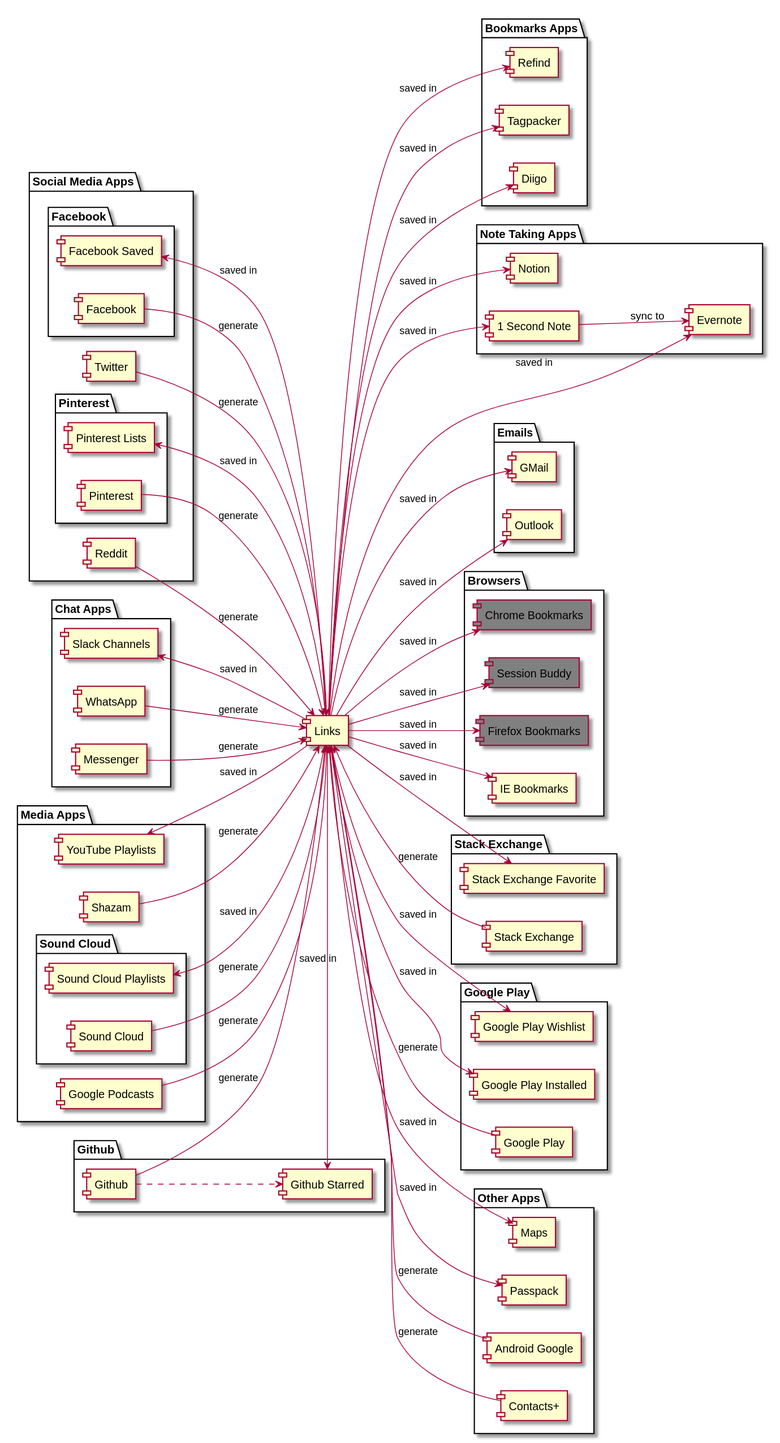
Above: flow.svg in ramisedhom/LinksFlow (PlantUML), before the change.
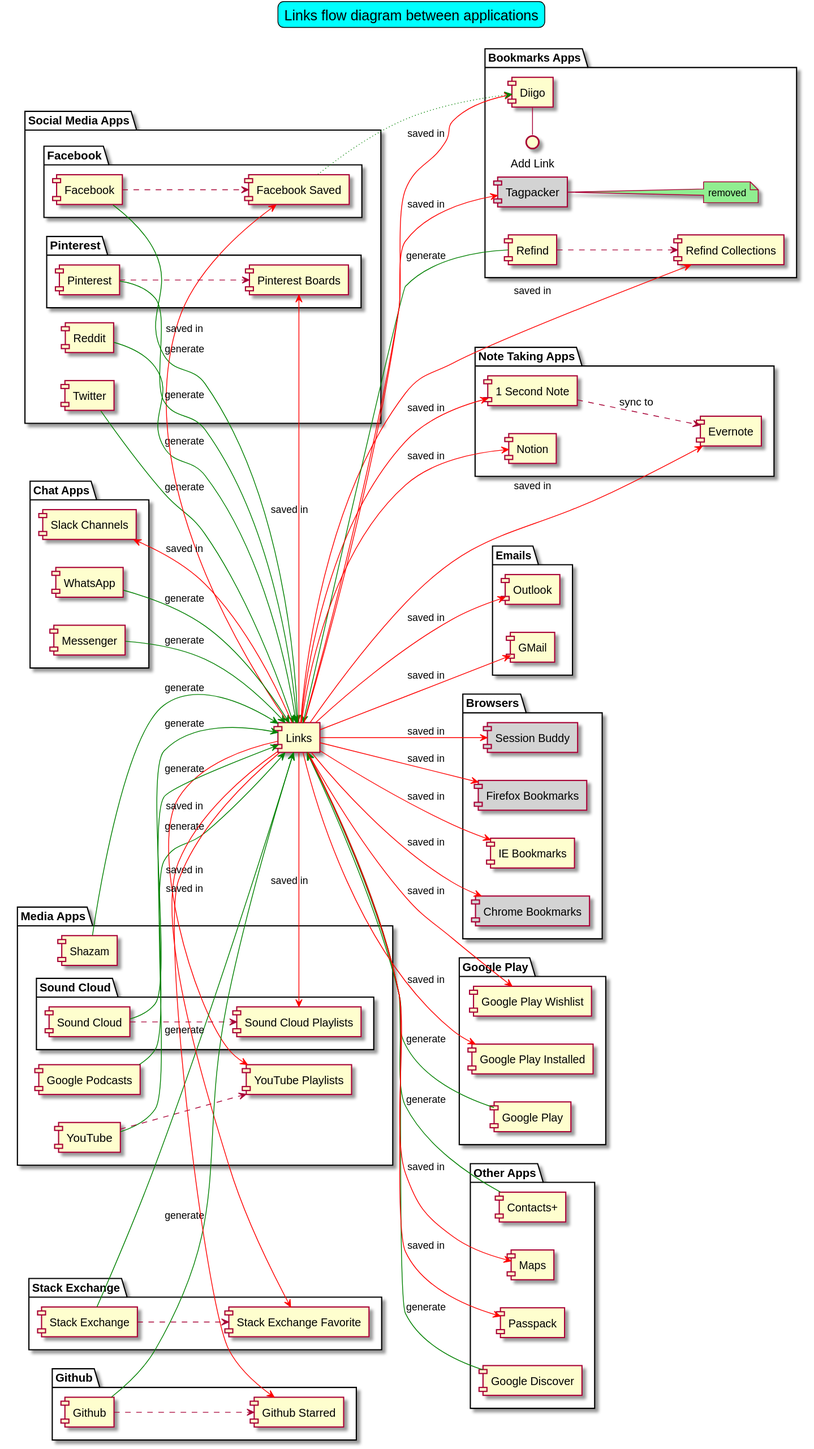
The same diagram one commit later.

Commit message:
Add diagram title

Diff of the diagram source:
```diff
@@ -1,76 +1,95 @@
 @startuml
 left to right direction
+skinparam titleBorderRoundCorner 15
+skinparam titleBorderThickness 1
+skinparam titleBorderColor black
+skinparam titleBackgroundColor Aqua
+title Links flow diagram between applications
 
 [Links]
 
 package "Bookmarks Apps" {
-  [Links]-->[Refind] : saved in
-  [Links]-->[Tagpacker] : saved in
-  [Links]-->[Diigo] : saved in
+  [Links]-[#red]->[Refind Collections] : saved in
+  [Refind]-[#green]->[Links] : generate
+  [Refind]..>[Refind Collections]
+  [Tagpacker] #lightgrey
+  [Links]-[#red]->[Tagpacker] : saved in
+  note right of [Tagpacker] #lightgreen : removed
+  [Links]-[#red]->[Diigo] : saved in
+  interface "Add Link" as AL
+  AL - [Diigo]
 }
 package "Social Media Apps" {
-  [Twitter]-->[Links] : generate
-  [Reddit]-->[Links] : generate
+  [Twitter]-[#green]->[Links] : generate
+  [Reddit]-[#green]->[Links] : generate
   package "Facebook" {
-    [Facebook]-->[Links] : generate
-    [Links]-->[Facebook Saved] : saved in
+    [Facebook]-[#green]->[Links] : generate
+    [Links]-[#red]->[Facebook Saved] : saved in
+
+    [Facebook]..>[Facebook Saved]
+    [Facebook Saved]-[#green,dotted]->[Diigo]
   }
   package "Pinterest" {
-    [Pinterest]-->[Links] : generate
-    [Links]-->[Pinterest Lists] : saved in
+    [Pinterest]-[#green]->[Links] : generate
+    [Links]-[#red]->[Pinterest Boards] : saved in
+    [Pinterest]..>[Pinterest Boards]
   }
 }
 package "Chat Apps" {
-  [WhatsApp]-->[Links] : generate
-  [Messenger]-->[Links] : generate
-  [Links]-->[Slack Channels] : saved in
+  [WhatsApp]-[#green]->[Links] : generate
+  [Messenger]-[#green]->[Links] : generate
+  [Links]-[#red]->[Slack Channels] : saved in
 }
 package "Media Apps" {
-  [Links]-->[YouTube Playlists] : saved in
-  [Shazam]-->[Links] : generate
-  [Google Podcasts]-->[Links] : generate
+  [YouTube]-[#green]->[Links] : generate
+  [Links]-[#red]->[YouTube Playlists] : saved in
+  [YouTube]..>[YouTube Playlists]
+  [Shazam]-[#green]->[Links] : generate
+  [Google Podcasts]-[#green]->[Links] : generate
   package "Sound Cloud" {
-    [Sound Cloud]-->[Links] : generate
-    [Links]-->[Sound Cloud Playlists] : saved in
+    [Sound Cloud]-[#green]->[Links] : generate
+    [Links]-[#red]->[Sound Cloud Playlists] : saved in
+    [Sound Cloud]..>[Sound Cloud Playlists]
   }
 }
 package "Note Taking Apps" {
-  [Links]-->[Notion] : saved in
-  [Links]-->[Evernote] : saved in
-  [Links]-->[1 Second Note] : saved in
-  [1 Second Note]-->[Evernote] : sync to
+  [Links]-[#red]->[Notion] : saved in
+  [Links]-[#red]->[Evernote] : saved in
+  [Links]-[#red]->[1 Second Note] : saved in
+  [1 Second Note]..>[Evernote] : sync to
 }
 package "Emails" {
-  [Links]-->[GMail] : saved in
-  [Links]-->[Outlook] : saved in
+  [Links]-[#red]->[GMail] : saved in
+  [Links]-[#red]->[Outlook] : saved in
 }
 package "Browsers" {
-  [Chrome Bookmarks] #Grey
-  [Session Buddy] #Grey
-  [Firefox Bookmarks] #Grey
-  [Links]-->[Chrome Bookmarks] : saved in
-  [Links]-->[Firefox Bookmarks] : saved in
-  [Links]-->[IE Bookmarks] : saved in
-  [Links]-->[Session Buddy] : saved in
+  [Chrome Bookmarks] #lightgrey
+  [Session Buddy] #lightgrey
+  [Firefox Bookmarks] #lightgrey
+  [Links]-[#red]->[Chrome Bookmarks] : saved in
+  [Links]-[#red]->[Firefox Bookmarks] : saved in
+  [Links]-[#red]->[IE Bookmarks] : saved in
+  [Links]-[#red]->[Session Buddy] : saved in
 }
 package "Stack Exchange" {
-  [Stack Exchange]-->[Links] : generate
-  [Links]-->[Stack Exchange Favorite] : saved in
+  [Stack Exchange]-[#green]->[Links] : generate
+  [Links]-[#red]->[Stack Exchange Favorite] : saved in
+  [Stack Exchange]..>[Stack Exchange Favorite]
 }
 package "Google Play" {
-  [Google Play]-->[Links] : generate
-  [Links]-->[Google Play Wishlist] : saved in
-  [Links]-->[Google Play Installed] : saved in
+  [Google Play]-[#green]->[Links] : generate
+  [Links]-[#red]->[Google Play Wishlist] : saved in
+  [Links]-[#red]->[Google Play Installed] : saved in
 }
 package "Github" {
-  [Github]-->[Links] : generate
-  [Links]-->[Github Starred] : saved in
+  [Github]-[#green]->[Links] : generate
+  [Links]-[#red]->[Github Starred] : saved in
   [Github]..>[Github Starred]
 }
 package "Other Apps" {
-  [Android Google]-->[Links] : generate
-  [Contacts+]-->[Links] : generate
-  [Links]-->[Maps] : saved in
-  [Links]-->[Passpack] : saved in
+  [Google Discover]-[#green]->[Links] : generate
+  [Contacts+]-[#green]->[Links] : generate
+  [Links]-[#red]->[Maps] : saved in
+  [Links]-[#red]->[Passpack] : saved in
 }
 @enduml
```
